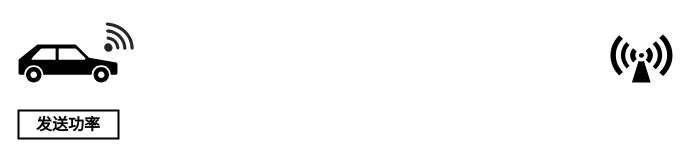
This is page "第 6 页" (6 of 6) of pic/paperPic.drawio from 1Errors/PaperUse, a draw.io file, before an edit. Source tidied: cells renumbered, new cells numbered last; positions are measured from the earlier drawing's top-left corner, leaving out a move shared by most shapes. Both pictures are drawn from the tidied source at 100%, with x=0, y=0 at pixel (18, 25).
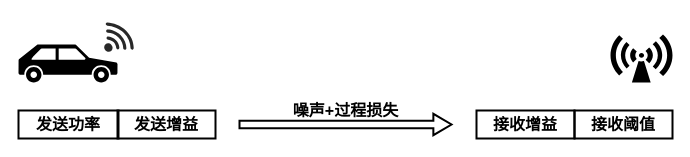
After the change.

Diff of the diagram source:
```diff
@@
 <mxGraphModel>
   <root>
     <mxCell id="0" />
     <mxCell id="1" parent="0" />
     <mxCell id="2" style="shape=mxgraph.signs.transportation.car_3;html=1;fillColor=#000000;strokeColor=none;verticalLabelPosition=bottom;verticalAlign=top;align=center;sketch=0;fontSize=16;flipH=1;" parent="1" vertex="1">
       <mxGeometry y="19" width="99" height="38" as="geometry" />
     </mxCell>
     <mxCell id="3" style="shape=mxgraph.signs.safety.non-ionizing_radiation;html=1;fillColor=#000000;strokeColor=none;verticalLabelPosition=bottom;verticalAlign=top;align=center;sketch=0;fontSize=16;" parent="1" vertex="1">
       <mxGeometry x="592" y="9" width="62" height="48" as="geometry" />
     </mxCell>
     <mxCell id="4" style="verticalLabelPosition=bottom;sketch=0;html=1;fillColor=#282828;strokeColor=none;verticalAlign=top;align=center;shape=mxgraph.cisco_safe.technology_icons.icon26;fontSize=16;rotation=45;" parent="1" vertex="1">
       <mxGeometry x="78" y="0.5" width="38" height="28.5" as="geometry" />
     </mxCell>
     <mxCell id="5" value="&lt;b&gt;发送功率&lt;/b&gt;" style="rounded=0;whiteSpace=wrap;html=1;fontSize=16;fillColor=none;strokeWidth=2;" parent="1" vertex="1">
       <mxGeometry y="85" width="100" height="28" as="geometry" />
     </mxCell>
+    <mxCell id="6" value="&lt;b&gt;发送增益&lt;/b&gt;" style="rounded=0;whiteSpace=wrap;html=1;fontSize=16;fillColor=none;strokeWidth=2;" parent="1" vertex="1">
+      <mxGeometry x="99" y="85" width="98" height="28" as="geometry" />
+    </mxCell>
+    <mxCell id="7" value="&lt;b&gt;接收阈值&lt;/b&gt;" style="rounded=0;whiteSpace=wrap;html=1;fontSize=16;fillColor=none;strokeWidth=2;" parent="1" vertex="1">
+      <mxGeometry x="556" y="85" width="98" height="28" as="geometry" />
+    </mxCell>
+    <mxCell id="8" value="&lt;b&gt;接收增益&lt;/b&gt;" style="rounded=0;whiteSpace=wrap;html=1;fontSize=16;fillColor=none;strokeWidth=2;" parent="1" vertex="1">
+      <mxGeometry x="458" y="85" width="98" height="28" as="geometry" />
+    </mxCell>
+    <mxCell id="9" style="shape=flexArrow;endArrow=classic;html=1;rounded=0;fontSize=12;startSize=8;endSize=5.378571428571429;curved=1;width=6.428571428571429;endWidth=11.83673469387755;strokeWidth=2;" parent="1" edge="1">
+      <mxGeometry relative="1" as="geometry">
+        <mxPoint x="220" y="99" as="sourcePoint" />
+        <mxPoint x="434" y="99" as="targetPoint" />
+      </mxGeometry>
+    </mxCell>
+    <mxCell id="10" value="&lt;b&gt;噪声+过程损失&lt;/b&gt;" style="text;html=1;strokeColor=none;fillColor=none;align=center;verticalAlign=middle;whiteSpace=wrap;rounded=0;fontSize=16;" parent="1" vertex="1">
+      <mxGeometry x="267" y="70" width="121" height="30" as="geometry" />
+    </mxCell>
   </root>
 </mxGraphModel>
```
